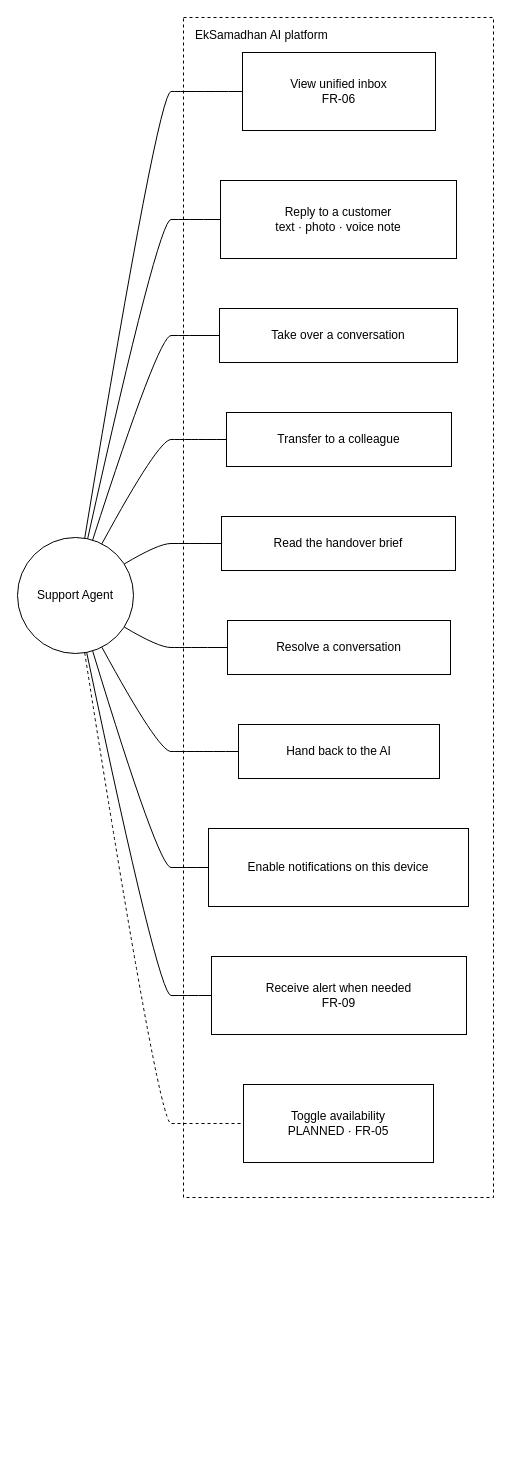
Before: docs/system-design/draw.io/use-case/use-case-support-agent.drawio in SayubShakya/eksamadhan-ai, a draw.io diagram. Source tidied: cells renumbered, new cells numbered last; positions are measured from the earlier drawing's top-left corner, leaving out a move shared by most shapes. Both pictures are drawn from the tidied source at 100%, with x=0, y=0 at pixel (17, 17).
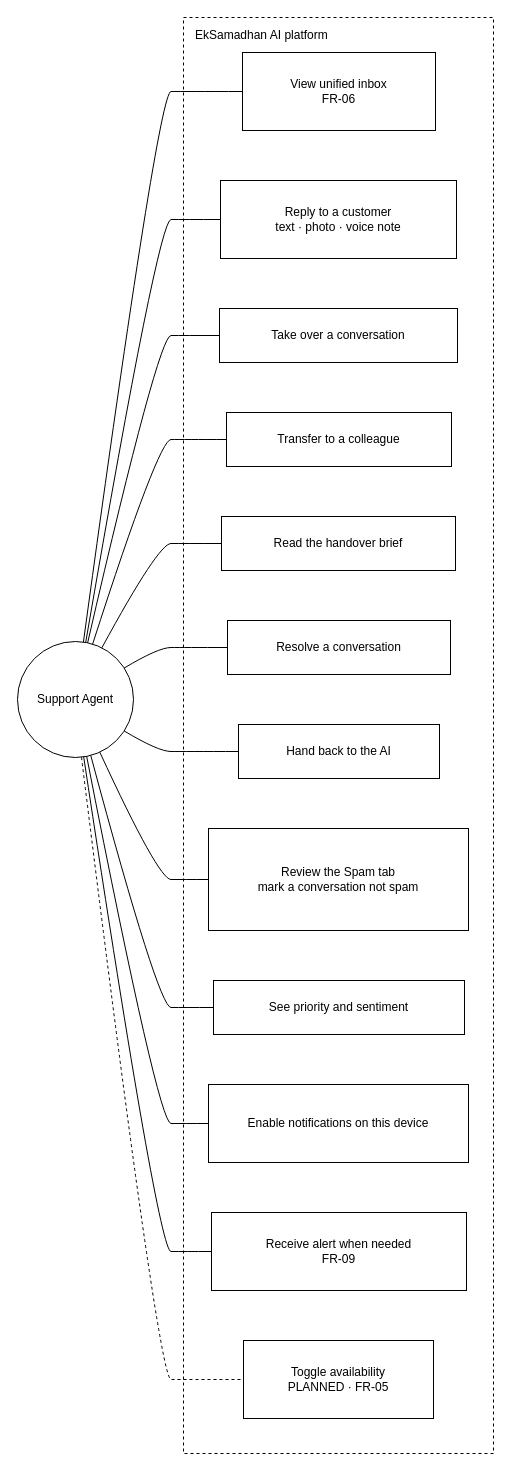
The same page after the edit.

The change refers to these unchanged cells:
```xml
<mxCell id="4" value="View unified inbox&lt;br/&gt;FR-06" style="rounded=0;whiteSpace=wrap;html=1;" parent="2" vertex="1">
  <mxGeometry x="59" y="35" width="193" height="78" as="geometry" />
</mxCell>
<mxCell id="5" value="Reply to a customer&lt;br/&gt;text · photo · voice note" style="rounded=0;whiteSpace=wrap;html=1;" parent="2" vertex="1">
  <mxGeometry x="37" y="163" width="236" height="78" as="geometry" />
</mxCell>
<mxCell id="6" value="Take over a conversation" style="rounded=0;whiteSpace=wrap;html=1;" parent="2" vertex="1">
  <mxGeometry x="36" y="291" width="238" height="54" as="geometry" />
</mxCell>
<mxCell id="7" value="Transfer to a colleague" style="rounded=0;whiteSpace=wrap;html=1;" parent="2" vertex="1">
  <mxGeometry x="43" y="395" width="225" height="54" as="geometry" />
</mxCell>
<mxCell id="8" value="Read the handover brief" style="rounded=0;whiteSpace=wrap;html=1;" parent="2" vertex="1">
  <mxGeometry x="38" y="499" width="234" height="54" as="geometry" />
</mxCell>
<mxCell id="9" value="Resolve a conversation" style="rounded=0;whiteSpace=wrap;html=1;" parent="2" vertex="1">
  <mxGeometry x="44" y="603" width="223" height="54" as="geometry" />
</mxCell>
<mxCell id="10" value="Hand back to the AI" style="rounded=0;whiteSpace=wrap;html=1;" parent="2" vertex="1">
  <mxGeometry x="55" y="707" width="201" height="54" as="geometry" />
</mxCell>
```

The edit, as a diff of the source:
```diff
@@
     <mxCell id="2" value="EkSamadhan AI platform" style="rounded=0;whiteSpace=wrap;html=1;dashed=1;fillColor=none;verticalAlign=top;align=left;spacingLeft=10;spacingTop=4;" parent="1" vertex="1">
-      <mxGeometry x="166" width="310" height="1180" as="geometry" />
+      <mxGeometry x="166" width="310" height="1436" as="geometry" />
     </mxCell>
     <mxCell id="3" value="Support Agent" style="ellipse;whiteSpace=wrap;html=1;" parent="1" vertex="1">
-      <mxGeometry y="520" width="116" height="116" as="geometry" />
+      <mxGeometry y="624" width="116" height="116" as="geometry" />
     </mxCell>
@@
+    <mxCell id="24" value="Review the Spam tab&lt;br/&gt;mark a conversation not spam" style="rounded=0;whiteSpace=wrap;html=1;" parent="2" vertex="1">
+      <mxGeometry x="25" y="811" width="260" height="102" as="geometry" />
+    </mxCell>
+    <mxCell id="25" value="See priority and sentiment" style="rounded=0;whiteSpace=wrap;html=1;" parent="2" vertex="1">
+      <mxGeometry x="30" y="963" width="251" height="54" as="geometry" />
+    </mxCell>
     <mxCell id="11" value="Enable notifications on this device" style="rounded=0;whiteSpace=wrap;html=1;" parent="2" vertex="1">
-      <mxGeometry x="25" y="811" width="260" height="78" as="geometry" />
+      <mxGeometry x="25" y="1067" width="260" height="78" as="geometry" />
     </mxCell>
     <mxCell id="12" value="Receive alert when needed&lt;br/&gt;FR-09" style="rounded=0;whiteSpace=wrap;html=1;" parent="2" vertex="1">
-      <mxGeometry x="28" y="939" width="255" height="78" as="geometry" />
+      <mxGeometry x="28" y="1195" width="255" height="78" as="geometry" />
     </mxCell>
     <mxCell id="13" value="Toggle availability&lt;br/&gt;PLANNED · FR-05" style="rounded=0;whiteSpace=wrap;html=1;" parent="2" vertex="1">
-      <mxGeometry x="60" y="1067" width="190" height="78" as="geometry" />
+      <mxGeometry x="60" y="1323" width="190" height="78" as="geometry" />
     </mxCell>
-    <mxCell id="14" style="edgeStyle=none;curved=1;html=1;endArrow=none;exitX=0.58;exitY=0.01;exitDx=0;exitDy=0;entryX=0.00;entryY=0.50;entryDx=0;entryDy=0;" parent="1" edge="1" source="3" target="4">
+    <mxCell id="14" style="edgeStyle=none;curved=1;html=1;endArrow=none;exitX=0.57;exitY=0.00;exitDx=0;exitDy=0;entryX=0.00;entryY=0.50;entryDx=0;entryDy=0;" parent="1" edge="1" source="3" target="4">
       <mxGeometry relative="1" as="geometry">
         <Array as="points">
           <mxPoint x="141" y="74" />
           <mxPoint x="166" y="74" />
         </Array>
       </mxGeometry>
     </mxCell>
-    <mxCell id="15" style="edgeStyle=none;curved=1;html=1;endArrow=none;exitX=0.61;exitY=0.01;exitDx=0;exitDy=0;entryX=0.00;entryY=0.50;entryDx=0;entryDy=0;" parent="1" edge="1" source="3" target="5">
+    <mxCell id="15" style="edgeStyle=none;curved=1;html=1;endArrow=none;exitX=0.59;exitY=0.01;exitDx=0;exitDy=0;entryX=0.00;entryY=0.50;entryDx=0;entryDy=0;" parent="1" edge="1" source="3" target="5">
       <mxGeometry relative="1" as="geometry">
         <Array as="points">
           <mxPoint x="141" y="202" />
           <mxPoint x="166" y="202" />
         </Array>
       </mxGeometry>
     </mxCell>
-    <mxCell id="16" style="edgeStyle=none;curved=1;html=1;endArrow=none;exitX=0.65;exitY=0.02;exitDx=0;exitDy=0;entryX=0.00;entryY=0.50;entryDx=0;entryDy=0;" parent="1" edge="1" source="3" target="6">
+    <mxCell id="16" style="edgeStyle=none;curved=1;html=1;endArrow=none;exitX=0.61;exitY=0.01;exitDx=0;exitDy=0;entryX=0.00;entryY=0.50;entryDx=0;entryDy=0;" parent="1" edge="1" source="3" target="6">
       <mxGeometry relative="1" as="geometry">
         <Array as="points">
           <mxPoint x="141" y="318" />
           <mxPoint x="166" y="318" />
         </Array>
       </mxGeometry>
     </mxCell>
-    <mxCell id="17" style="edgeStyle=none;curved=1;html=1;endArrow=none;exitX=0.73;exitY=0.06;exitDx=0;exitDy=0;entryX=0.00;entryY=0.50;entryDx=0;entryDy=0;" parent="1" edge="1" source="3" target="7">
+    <mxCell id="17" style="edgeStyle=none;curved=1;html=1;endArrow=none;exitX=0.65;exitY=0.02;exitDx=0;exitDy=0;entryX=0.00;entryY=0.50;entryDx=0;entryDy=0;" parent="1" edge="1" source="3" target="7">
       <mxGeometry relative="1" as="geometry">
         <Array as="points">
           <mxPoint x="141" y="422" />
           <mxPoint x="166" y="422" />
         </Array>
       </mxGeometry>
     </mxCell>
-    <mxCell id="18" style="edgeStyle=none;curved=1;html=1;endArrow=none;exitX=0.92;exitY=0.23;exitDx=0;exitDy=0;entryX=0.00;entryY=0.50;entryDx=0;entryDy=0;" parent="1" edge="1" source="3" target="8">
+    <mxCell id="18" style="edgeStyle=none;curved=1;html=1;endArrow=none;exitX=0.73;exitY=0.06;exitDx=0;exitDy=0;entryX=0.00;entryY=0.50;entryDx=0;entryDy=0;" parent="1" edge="1" source="3" target="8">
       <mxGeometry relative="1" as="geometry">
         <Array as="points">
           <mxPoint x="141" y="526" />
           <mxPoint x="166" y="526" />
         </Array>
       </mxGeometry>
     </mxCell>
-    <mxCell id="19" style="edgeStyle=none;curved=1;html=1;endArrow=none;exitX=0.92;exitY=0.77;exitDx=0;exitDy=0;entryX=0.00;entryY=0.50;entryDx=0;entryDy=0;" parent="1" edge="1" source="3" target="9">
+    <mxCell id="19" style="edgeStyle=none;curved=1;html=1;endArrow=none;exitX=0.92;exitY=0.23;exitDx=0;exitDy=0;entryX=0.00;entryY=0.50;entryDx=0;entryDy=0;" parent="1" edge="1" source="3" target="9">
       <mxGeometry relative="1" as="geometry">
         <Array as="points">
           <mxPoint x="141" y="630" />
           <mxPoint x="166" y="630" />
         </Array>
       </mxGeometry>
     </mxCell>
-    <mxCell id="20" style="edgeStyle=none;curved=1;html=1;endArrow=none;exitX=0.73;exitY=0.94;exitDx=0;exitDy=0;entryX=0.00;entryY=0.50;entryDx=0;entryDy=0;" parent="1" edge="1" source="3" target="10">
+    <mxCell id="20" style="edgeStyle=none;curved=1;html=1;endArrow=none;exitX=0.92;exitY=0.77;exitDx=0;exitDy=0;entryX=0.00;entryY=0.50;entryDx=0;entryDy=0;" parent="1" edge="1" source="3" target="10">
       <mxGeometry relative="1" as="geometry">
         <Array as="points">
           <mxPoint x="141" y="734" />
           <mxPoint x="166" y="734" />
         </Array>
       </mxGeometry>
     </mxCell>
-    <mxCell id="21" style="edgeStyle=none;curved=1;html=1;endArrow=none;exitX=0.65;exitY=0.98;exitDx=0;exitDy=0;entryX=0.00;entryY=0.50;entryDx=0;entryDy=0;" parent="1" edge="1" source="3" target="11">
+    <mxCell id="21" style="edgeStyle=none;curved=1;html=1;endArrow=none;exitX=0.71;exitY=0.95;exitDx=0;exitDy=0;entryX=0.00;entryY=0.50;entryDx=0;entryDy=0;" parent="1" edge="1" source="3" target="24">
       <mxGeometry relative="1" as="geometry">
         <Array as="points">
-          <mxPoint x="141" y="850" />
-          <mxPoint x="166" y="850" />
+          <mxPoint x="141" y="862" />
+          <mxPoint x="166" y="862" />
         </Array>
       </mxGeometry>
     </mxCell>
-    <mxCell id="22" style="edgeStyle=none;curved=1;html=1;endArrow=none;exitX=0.60;exitY=0.99;exitDx=0;exitDy=0;entryX=0.00;entryY=0.50;entryDx=0;entryDy=0;" parent="1" edge="1" source="3" target="12">
+    <mxCell id="22" style="edgeStyle=none;curved=1;html=1;endArrow=none;exitX=0.63;exitY=0.98;exitDx=0;exitDy=0;entryX=0.00;entryY=0.50;entryDx=0;entryDy=0;" parent="1" edge="1" source="3" target="25">
       <mxGeometry relative="1" as="geometry">
         <Array as="points">
-          <mxPoint x="141" y="978" />
-          <mxPoint x="166" y="978" />
+          <mxPoint x="141" y="990" />
+          <mxPoint x="166" y="990" />
         </Array>
       </mxGeometry>
     </mxCell>
-    <mxCell id="23" style="edgeStyle=none;curved=1;html=1;dashed=1;endArrow=none;exitX=0.58;exitY=0.99;exitDx=0;exitDy=0;entryX=0.00;entryY=0.50;entryDx=0;entryDy=0;" parent="1" edge="1" source="3" target="13">
+    <mxCell id="23" style="edgeStyle=none;curved=1;html=1;endArrow=none;exitX=0.60;exitY=0.99;exitDx=0;exitDy=0;entryX=0.00;entryY=0.50;entryDx=0;entryDy=0;" parent="1" edge="1" source="3" target="11">
       <mxGeometry relative="1" as="geometry">
         <Array as="points">
           <mxPoint x="141" y="1106" />
           <mxPoint x="166" y="1106" />
         </Array>
       </mxGeometry>
     </mxCell>
+    <mxCell id="26" style="edgeStyle=none;curved=1;html=1;endArrow=none;exitX=0.57;exitY=0.99;exitDx=0;exitDy=0;entryX=0.00;entryY=0.50;entryDx=0;entryDy=0;" parent="1" edge="1" source="3" target="12">
+      <mxGeometry relative="1" as="geometry">
+        <Array as="points">
+          <mxPoint x="141" y="1234" />
+          <mxPoint x="166" y="1234" />
+        </Array>
+      </mxGeometry>
+    </mxCell>
+    <mxCell id="27" style="edgeStyle=none;curved=1;html=1;dashed=1;endArrow=none;exitX=0.56;exitY=1.00;exitDx=0;exitDy=0;entryX=0.00;entryY=0.50;entryDx=0;entryDy=0;" parent="1" edge="1" source="3" target="13">
+      <mxGeometry relative="1" as="geometry">
+        <Array as="points">
+          <mxPoint x="141" y="1362" />
+          <mxPoint x="166" y="1362" />
+        </Array>
+      </mxGeometry>
+    </mxCell>
```
